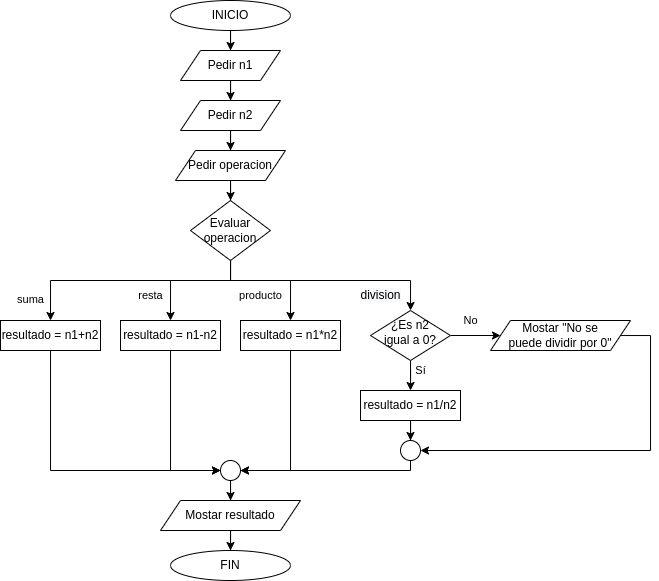
This is DAW/primero/EntornosDesarrollo/Tema1/Diagramas de flujo I/Octavo_Calculadora.png from Danikileitor/WebCachonda, a draw.io export, as it was before one commit. Source tidied: cells renumbered, new cells last; positions are measured from the earlier drawing's top-left corner, leaving out a move shared by most shapes. Its diagram source:
```xml
<mxGraphModel>
  <root>
    <mxCell id="0" />
    <mxCell id="1" parent="0" />
    <mxCell id="2" style="edgeStyle=orthogonalEdgeStyle;rounded=0;jettySize=auto;html=1;fontColor=#000000;" parent="1" edge="1" source="3" target="6">
      <mxGeometry relative="1" as="geometry" />
    </mxCell>
    <mxCell id="3" value="INICIO" style="ellipse;whiteSpace=wrap;html=1;fontColor=#000000;" parent="1" vertex="1">
      <mxGeometry x="170" width="120" height="30" as="geometry" />
    </mxCell>
    <mxCell id="4" value="FIN" style="ellipse;whiteSpace=wrap;html=1;fontColor=#000000;" parent="1" vertex="1">
      <mxGeometry x="170" y="550" width="120" height="30" as="geometry" />
    </mxCell>
    <mxCell id="5" style="edgeStyle=orthogonalEdgeStyle;rounded=0;jettySize=auto;html=1;fontColor=#000000;" parent="1" edge="1" source="6" target="8">
      <mxGeometry relative="1" as="geometry" />
    </mxCell>
    <mxCell id="6" value="&lt;font&gt;Pedir n1&lt;/font&gt;" style="shape=parallelogram;perimeter=parallelogramPerimeter;whiteSpace=wrap;html=1;fixedSize=1;fontColor=#000000;" parent="1" vertex="1">
      <mxGeometry x="180" y="50" width="100" height="30" as="geometry" />
    </mxCell>
    <mxCell id="7" style="edgeStyle=orthogonalEdgeStyle;rounded=0;jettySize=auto;html=1;fontColor=#000000;" parent="1" edge="1" source="8" target="10">
      <mxGeometry relative="1" as="geometry" />
    </mxCell>
    <mxCell id="8" value="&lt;font&gt;Pedir n2&lt;/font&gt;" style="shape=parallelogram;perimeter=parallelogramPerimeter;whiteSpace=wrap;html=1;fixedSize=1;fontColor=#000000;" parent="1" vertex="1">
      <mxGeometry x="180" y="100" width="100" height="30" as="geometry" />
    </mxCell>
    <mxCell id="9" style="edgeStyle=orthogonalEdgeStyle;rounded=0;jettySize=auto;html=1;fontColor=#000000;" parent="1" edge="1" source="10" target="15">
      <mxGeometry relative="1" as="geometry" />
    </mxCell>
    <mxCell id="10" value="&lt;font&gt;Pedir operacion&lt;/font&gt;" style="shape=parallelogram;perimeter=parallelogramPerimeter;whiteSpace=wrap;html=1;fixedSize=1;fontColor=#000000;" parent="1" vertex="1">
      <mxGeometry x="175" y="150" width="110" height="30" as="geometry" />
    </mxCell>
    <mxCell id="11" value="suma" style="edgeStyle=orthogonalEdgeStyle;rounded=0;jettySize=auto;html=1;fontColor=#000000;entryX=0.5;entryY=0;entryDx=0;entryDy=0;" parent="1" edge="1" source="15" target="17">
      <mxGeometry x="0.83" y="-20" relative="1" as="geometry">
        <Array as="points">
          <mxPoint x="230" y="280" />
          <mxPoint x="50" y="280" />
        </Array>
      </mxGeometry>
    </mxCell>
    <mxCell id="12" value="resta" style="edgeStyle=orthogonalEdgeStyle;rounded=0;jettySize=auto;html=1;fontColor=#000000;entryX=0.5;entryY=0;entryDx=0;entryDy=0;" parent="1" edge="1" source="15" target="19">
      <mxGeometry x="0.58" y="-20" relative="1" as="geometry">
        <Array as="points">
          <mxPoint x="230" y="280" />
          <mxPoint x="170" y="280" />
        </Array>
      </mxGeometry>
    </mxCell>
    <mxCell id="13" value="producto" style="edgeStyle=orthogonalEdgeStyle;rounded=0;jettySize=auto;html=1;fontColor=#000000;entryX=0.5;entryY=0;entryDx=0;entryDy=0;" parent="1" edge="1" source="15" target="21">
      <mxGeometry x="-0.17" y="-15" relative="1" as="geometry">
        <Array as="points">
          <mxPoint x="230" y="280" />
          <mxPoint x="290" y="280" />
        </Array>
      </mxGeometry>
    </mxCell>
    <mxCell id="14" value="&lt;span style=&quot;font-size: 12px; background-color: rgb(248, 249, 250);&quot;&gt;division&lt;/span&gt;" style="edgeStyle=orthogonalEdgeStyle;rounded=0;jettySize=auto;html=1;fontColor=#000000;" parent="1" edge="1" source="15" target="24">
      <mxGeometry x="0.48" y="-15" relative="1" as="geometry">
        <Array as="points">
          <mxPoint x="230" y="280" />
          <mxPoint x="410" y="280" />
        </Array>
      </mxGeometry>
    </mxCell>
    <mxCell id="15" value="Evaluar operacion" style="rhombus;whiteSpace=wrap;html=1;fontColor=#000000;" parent="1" vertex="1">
      <mxGeometry x="190" y="200" width="80" height="60" as="geometry" />
    </mxCell>
    <mxCell id="16" style="edgeStyle=orthogonalEdgeStyle;rounded=0;jettySize=auto;html=1;fontColor=#000000;entryX=0;entryY=0.5;entryDx=0;entryDy=0;" parent="1" edge="1" source="17" target="32">
      <mxGeometry relative="1" as="geometry">
        <Array as="points">
          <mxPoint x="50" y="470" />
        </Array>
      </mxGeometry>
    </mxCell>
    <mxCell id="17" value="resultado = n1+n2" style="rounded=0;whiteSpace=wrap;html=1;fontColor=#000000;" parent="1" vertex="1">
      <mxGeometry y="320" width="100" height="30" as="geometry" />
    </mxCell>
    <mxCell id="18" style="edgeStyle=orthogonalEdgeStyle;rounded=0;jettySize=auto;html=1;fontColor=#000000;entryX=0;entryY=0.5;entryDx=0;entryDy=0;" parent="1" edge="1" source="19" target="32">
      <mxGeometry relative="1" as="geometry" />
    </mxCell>
    <mxCell id="19" value="resultado = n1-n2" style="rounded=0;whiteSpace=wrap;html=1;fontColor=#000000;" parent="1" vertex="1">
      <mxGeometry x="120" y="320" width="100" height="30" as="geometry" />
    </mxCell>
    <mxCell id="20" style="edgeStyle=orthogonalEdgeStyle;rounded=0;jettySize=auto;html=1;fontColor=#000000;entryX=1;entryY=0.5;entryDx=0;entryDy=0;" parent="1" edge="1" source="21" target="32">
      <mxGeometry relative="1" as="geometry" />
    </mxCell>
    <mxCell id="21" value="resultado = n1*n2" style="rounded=0;whiteSpace=wrap;html=1;fontColor=#000000;" parent="1" vertex="1">
      <mxGeometry x="240" y="320" width="100" height="30" as="geometry" />
    </mxCell>
    <mxCell id="22" value="Sí" style="edgeStyle=orthogonalEdgeStyle;rounded=0;jettySize=auto;html=1;fontColor=#000000;" parent="1" edge="1" source="24" target="28">
      <mxGeometry x="0.2" y="10" relative="1" as="geometry" />
    </mxCell>
    <mxCell id="23" value="No" style="edgeStyle=orthogonalEdgeStyle;rounded=0;jettySize=auto;html=1;fontColor=#000000;" parent="1" edge="1" source="24" target="26">
      <mxGeometry x="-0.2" y="15" relative="1" as="geometry" />
    </mxCell>
    <mxCell id="24" value="¿Es n2&lt;br&gt;igual a 0?" style="rhombus;whiteSpace=wrap;html=1;fontColor=#000000;spacingTop=-6;" parent="1" vertex="1">
      <mxGeometry x="370" y="310" width="80" height="50" as="geometry" />
    </mxCell>
    <mxCell id="25" style="edgeStyle=orthogonalEdgeStyle;rounded=0;jettySize=auto;html=1;fontColor=#000000;entryX=1;entryY=0.5;entryDx=0;entryDy=0;" parent="1" edge="1" source="26" target="34">
      <mxGeometry relative="1" as="geometry">
        <Array as="points">
          <mxPoint x="650" y="335" />
          <mxPoint x="650" y="450" />
        </Array>
      </mxGeometry>
    </mxCell>
    <mxCell id="26" value="&lt;font&gt;Mostar &quot;No se&lt;br&gt;puede dividir por 0&quot;&lt;/font&gt;" style="shape=parallelogram;perimeter=parallelogramPerimeter;whiteSpace=wrap;html=1;fixedSize=1;fontColor=#000000;" parent="1" vertex="1">
      <mxGeometry x="490" y="320" width="140" height="30" as="geometry" />
    </mxCell>
    <mxCell id="27" style="edgeStyle=orthogonalEdgeStyle;rounded=0;jettySize=auto;html=1;fontColor=#000000;" parent="1" edge="1" source="28" target="34">
      <mxGeometry relative="1" as="geometry" />
    </mxCell>
    <mxCell id="28" value="resultado = n1/n2" style="rounded=0;whiteSpace=wrap;html=1;fontColor=#000000;" parent="1" vertex="1">
      <mxGeometry x="360" y="390" width="100" height="30" as="geometry" />
    </mxCell>
    <mxCell id="29" style="edgeStyle=orthogonalEdgeStyle;rounded=0;jettySize=auto;html=1;fontColor=#000000;" parent="1" edge="1" source="30" target="4">
      <mxGeometry relative="1" as="geometry" />
    </mxCell>
    <mxCell id="30" value="&lt;font&gt;Mostar resultado&lt;/font&gt;" style="shape=parallelogram;perimeter=parallelogramPerimeter;whiteSpace=wrap;html=1;fixedSize=1;fontColor=#000000;" parent="1" vertex="1">
      <mxGeometry x="160" y="500" width="140" height="30" as="geometry" />
    </mxCell>
    <mxCell id="31" style="edgeStyle=orthogonalEdgeStyle;rounded=0;jettySize=auto;html=1;fontColor=#000000;" parent="1" edge="1" source="32" target="30">
      <mxGeometry relative="1" as="geometry" />
    </mxCell>
    <mxCell id="32" style="ellipse;whiteSpace=wrap;html=1;fontColor=#000000;" parent="1" vertex="1">
      <mxGeometry x="220" y="460" width="20" height="20" as="geometry" />
    </mxCell>
    <mxCell id="33" style="edgeStyle=orthogonalEdgeStyle;rounded=0;jettySize=auto;html=1;fontColor=#000000;entryX=1;entryY=0.5;entryDx=0;entryDy=0;" parent="1" edge="1" source="34" target="32">
      <mxGeometry relative="1" as="geometry">
        <Array as="points">
          <mxPoint x="410" y="470" />
        </Array>
      </mxGeometry>
    </mxCell>
    <mxCell id="34" style="ellipse;whiteSpace=wrap;html=1;fontColor=#000000;" parent="1" vertex="1">
      <mxGeometry x="400" y="440" width="20" height="20" as="geometry" />
    </mxCell>
  </root>
</mxGraphModel>
```
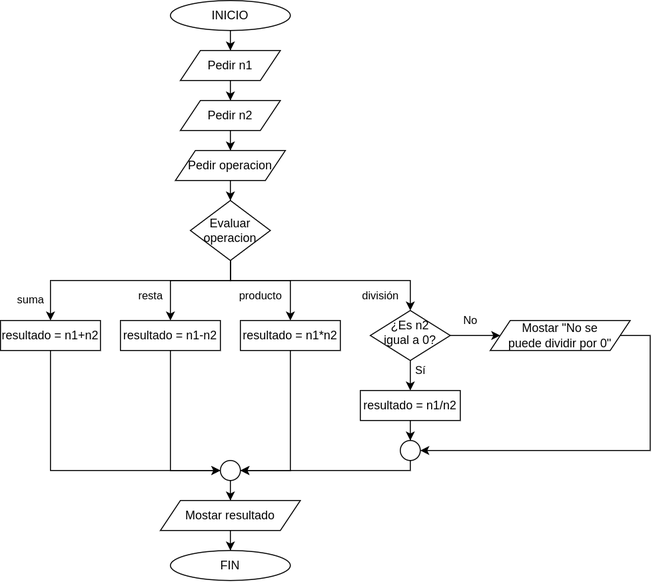
The same diagram one commit later.

What changed in the source:
```diff
@@ -53,7 +53,7 @@
         </Array>
       </mxGeometry>
     </mxCell>
-    <mxCell id="14" value="&lt;span style=&quot;font-size: 12px; background-color: rgb(248, 249, 250);&quot;&gt;division&lt;/span&gt;" style="edgeStyle=orthogonalEdgeStyle;rounded=0;jettySize=auto;html=1;fontColor=#000000;" parent="1" edge="1" source="15" target="24">
+    <mxCell id="14" value="&lt;font style=&quot;font-size: 11px;&quot;&gt;división&lt;/font&gt;" style="edgeStyle=orthogonalEdgeStyle;rounded=0;jettySize=auto;html=1;fontColor=#000000;" parent="1" edge="1" source="15" target="24">
       <mxGeometry x="0.48" y="-15" relative="1" as="geometry">
         <Array as="points">
           <mxPoint x="230" y="280" />
```
